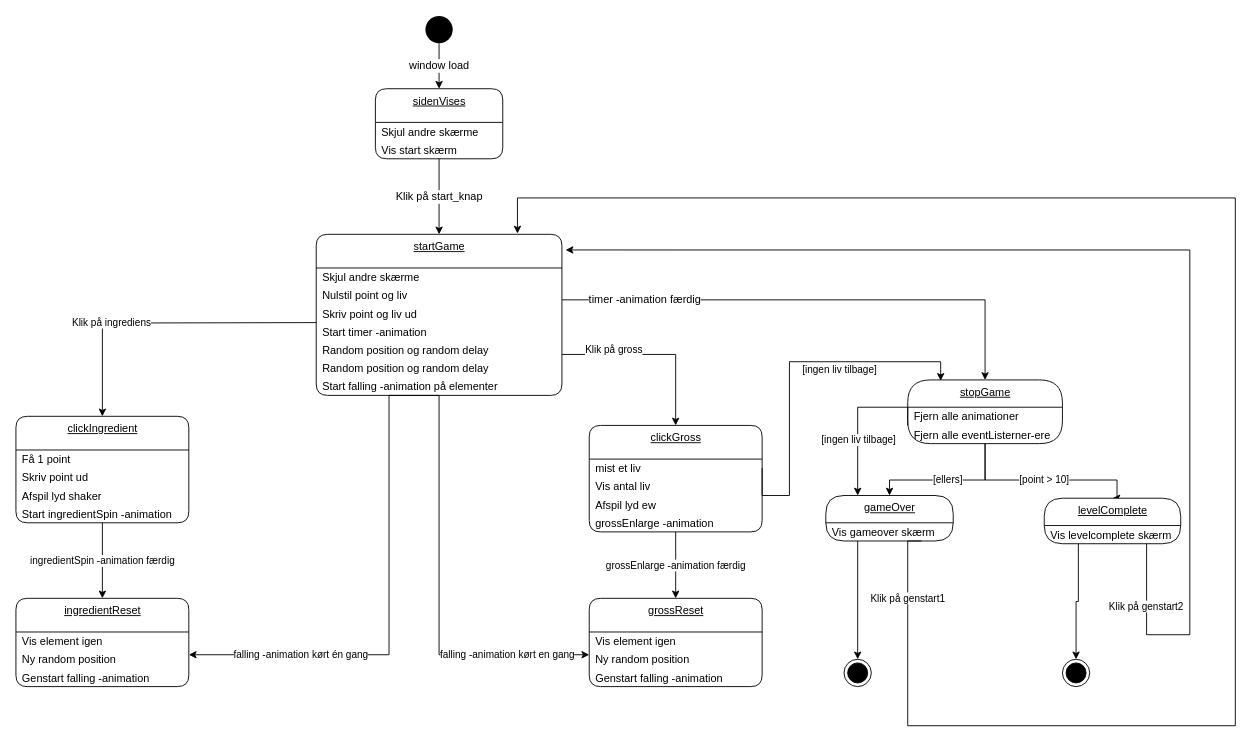
Before: diagrammer/diagram1.drawio in ayha0001/website, a draw.io diagram. Source tidied: cells renumbered, new cells numbered last; positions are measured from the earlier drawing's top-left corner, leaving out a move shared by most shapes. Both pictures are drawn from the tidied source at 91%, with x=0, y=0 at pixel (15, 15).
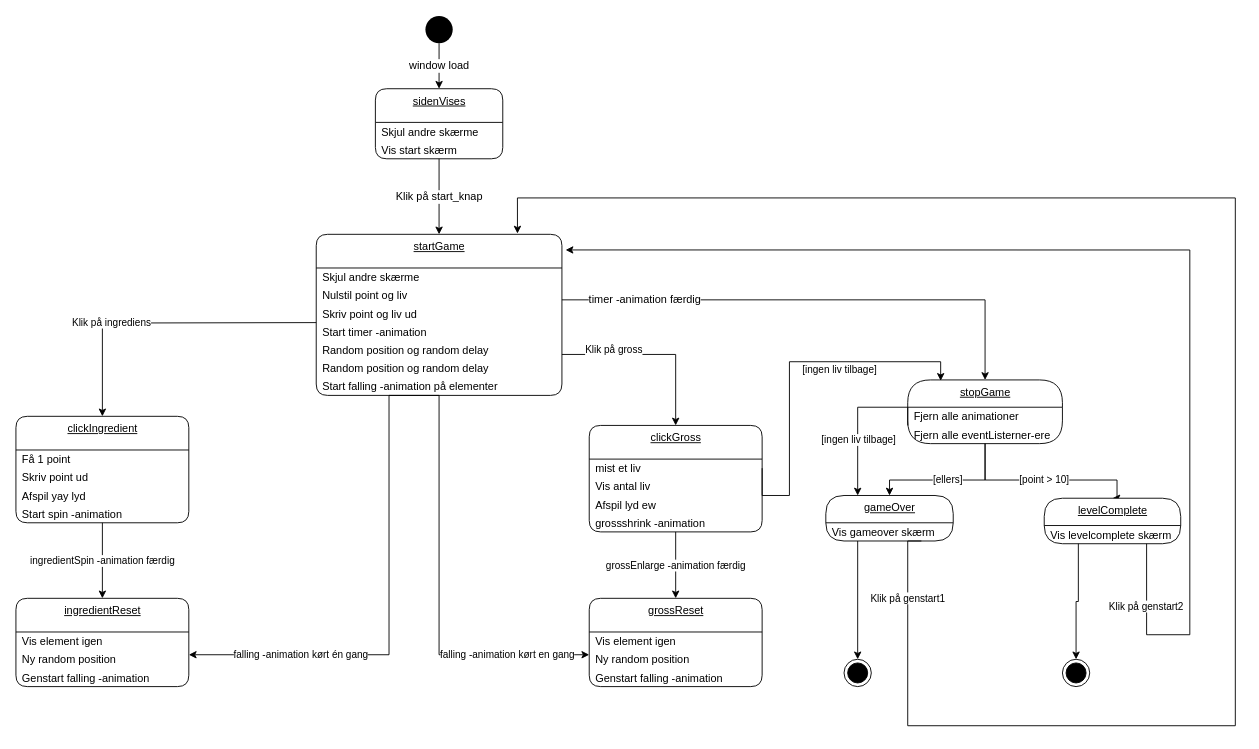
After the change.

Unchanged cells that the change refers to:
```xml
<mxCell id="13" value="clickIngredient" style="swimlane;fontStyle=4;align=center;verticalAlign=top;horizontal=1;startSize=37;html=1;rounded=1;absoluteArcSize=1;arcSize=25;" parent="1" vertex="1">
  <mxGeometry y="440" width="190" height="117" as="geometry" />
</mxCell>
<mxCell id="28" value="clickGross" style="swimlane;fontStyle=4;align=center;verticalAlign=top;horizontal=1;startSize=37;html=1;rounded=1;absoluteArcSize=1;arcSize=25;" parent="1" vertex="1">
  <mxGeometry x="630" y="450" width="190" height="117" as="geometry" />
</mxCell>
```

Change to the diagram source:
```diff
@@
-    <mxCell id="16" value="Afspil lyd shaker" style="fillColor=none;strokeColor=none;align=left;verticalAlign=middle;spacingLeft=5;" parent="13" vertex="1">
+    <mxCell id="16" value="Afspil yay lyd" style="fillColor=none;strokeColor=none;align=left;verticalAlign=middle;spacingLeft=5;" parent="13" vertex="1">
       <mxGeometry y="77" width="190" height="20" as="geometry" />
     </mxCell>
-    <mxCell id="17" value="Start ingredientSpin -animation" style="fillColor=none;strokeColor=none;align=left;verticalAlign=middle;spacingLeft=5;" parent="13" vertex="1">
+    <mxCell id="17" value="Start spin -animation" style="fillColor=none;strokeColor=none;align=left;verticalAlign=middle;spacingLeft=5;" parent="13" vertex="1">
       <mxGeometry y="97" width="190" height="20" as="geometry" />
     </mxCell>
@@
-    <mxCell id="32" value="grossEnlarge -animation" style="fillColor=none;strokeColor=none;align=left;verticalAlign=middle;spacingLeft=5;" parent="28" vertex="1">
+    <mxCell id="32" value="grossshrink -animation" style="fillColor=none;strokeColor=none;align=left;verticalAlign=middle;spacingLeft=5;" parent="28" vertex="1">
       <mxGeometry y="97" width="190" height="20" as="geometry" />
     </mxCell>
```
